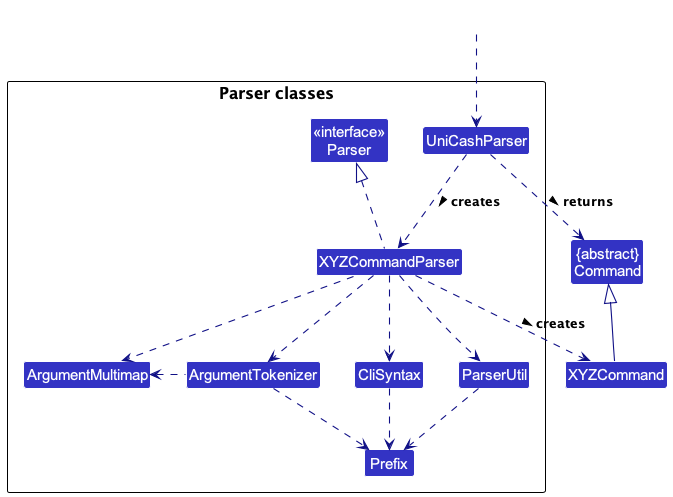
Before: docs/images/unicash/ParserClasses.png, a diagram exported from PlantUML (woojiahao/tp). Source of this version:
```plantuml
@startuml
!include ../style.puml
skinparam arrowThickness 1.1
skinparam arrowColor LOGIC_COLOR_T4
skinparam classBackgroundColor LOGIC_COLOR

Class "{abstract}\nCommand" as Command
Class XYZCommand

package "Parser classes"{
Class "<<interface>>\nParser" as Parser
Class UniCashParser
Class XYZCommandParser
Class CliSyntax
Class ParserUtil
Class ArgumentMultimap
Class ArgumentTokenizer
Class Prefix
}

Class HiddenOutside #FFFFFF
HiddenOutside ..> UniCashParser

UniCashParser .down.> XYZCommandParser: creates >

XYZCommandParser ..> XYZCommand : creates >
UniCashParser ..> Command : returns >
XYZCommandParser .up.|> Parser
XYZCommandParser ..> ArgumentMultimap
XYZCommandParser ..> ArgumentTokenizer
ArgumentTokenizer .left.> ArgumentMultimap
XYZCommandParser ..> CliSyntax
CliSyntax ..> Prefix
XYZCommandParser ..> ParserUtil
ParserUtil .down.> Prefix
ArgumentTokenizer .down.> Prefix
XYZCommand -up-|> Command
@enduml
```
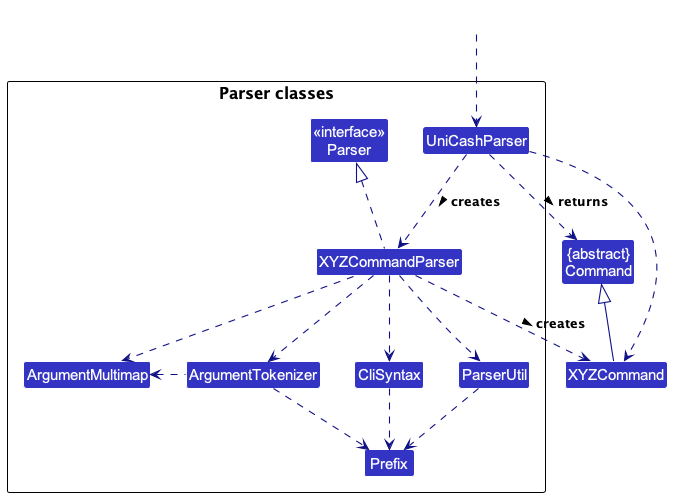
After the commit.

Diff of the diagram source:
```diff
@@ -25,6 +25,7 @@
 
 XYZCommandParser ..> XYZCommand : creates >
 UniCashParser ..> Command : returns >
+UniCashParser ..> XYZCommand
 XYZCommandParser .up.|> Parser
 XYZCommandParser ..> ArgumentMultimap
 XYZCommandParser ..> ArgumentTokenizer
```
